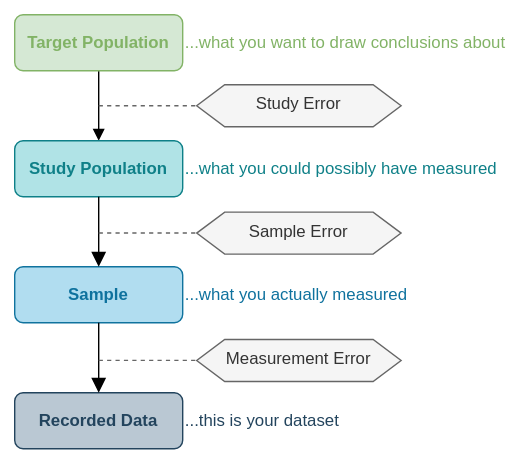
This is images/target-study-sample.svg from ntstevens/DATSC101, a draw.io export, as it was before one commit. Source tidied: cells renumbered, new cells last; positions are measured from the earlier drawing's top-left corner, leaving out a move shared by most shapes.
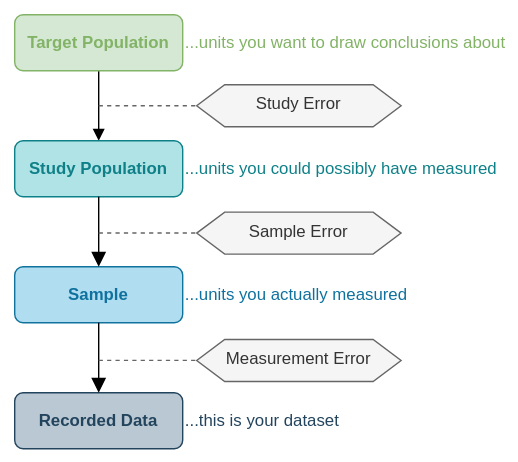
Above is the later version.

Change to the diagram source:
```diff
@@ -60,13 +60,13 @@
         <mxPoint x="140" y="256.9" as="targetPoint" />
       </mxGeometry>
     </mxCell>
-    <mxCell id="16" value="&lt;span style=&quot;color: light-dark(rgb(130, 179, 102), rgb(130, 179, 102));&quot;&gt;...what you want to draw conclusions about&lt;/span&gt;" style="text;html=1;whiteSpace=wrap;strokeColor=none;fillColor=none;align=left;verticalAlign=middle;rounded=0;fontFamily=Helvetica;fontSize=12;fontColor=light-dark(#82B366,#82B366);" parent="1" vertex="1">
+    <mxCell id="16" value="&lt;span style=&quot;color: light-dark(rgb(130, 179, 102), rgb(130, 179, 102));&quot;&gt;...units you want to draw conclusions about&lt;/span&gt;" style="text;html=1;whiteSpace=wrap;strokeColor=none;fillColor=none;align=left;verticalAlign=middle;rounded=0;fontFamily=Helvetica;fontSize=12;fontColor=light-dark(#82B366,#82B366);" parent="1" vertex="1">
       <mxGeometry x="130" y="15" width="240" height="30" as="geometry" />
     </mxCell>
-    <mxCell id="17" value="&lt;span style=&quot;color: light-dark(rgb(15, 128, 136), rgb(15, 128, 136));&quot;&gt;...what you could possibly have measured&lt;/span&gt;" style="text;html=1;whiteSpace=wrap;strokeColor=none;fillColor=none;align=left;verticalAlign=middle;rounded=0;fontFamily=Helvetica;fontSize=12;fontColor=default;" parent="1" vertex="1">
+    <mxCell id="17" value="&lt;span style=&quot;color: light-dark(rgb(15, 128, 136), rgb(15, 128, 136));&quot;&gt;...units you could possibly have measured&lt;/span&gt;" style="text;html=1;whiteSpace=wrap;strokeColor=none;fillColor=none;align=left;verticalAlign=middle;rounded=0;fontFamily=Helvetica;fontSize=12;fontColor=default;" parent="1" vertex="1">
       <mxGeometry x="130" y="105" width="240" height="30" as="geometry" />
     </mxCell>
-    <mxCell id="18" value="&lt;span style=&quot;color: light-dark(rgb(15, 114, 158), rgb(15, 114, 158));&quot;&gt;...what you actually measured&lt;/span&gt;" style="text;html=1;whiteSpace=wrap;strokeColor=none;fillColor=none;align=left;verticalAlign=middle;rounded=0;fontFamily=Helvetica;fontSize=12;fontColor=default;" parent="1" vertex="1">
+    <mxCell id="18" value="&lt;span style=&quot;color: light-dark(rgb(15, 114, 158), rgb(15, 114, 158));&quot;&gt;...units you actually measured&lt;/span&gt;" style="text;html=1;whiteSpace=wrap;strokeColor=none;fillColor=none;align=left;verticalAlign=middle;rounded=0;fontFamily=Helvetica;fontSize=12;fontColor=default;" parent="1" vertex="1">
       <mxGeometry x="130" y="195" width="240" height="30" as="geometry" />
     </mxCell>
     <mxCell id="19" value="...this is your dataset" style="text;html=1;whiteSpace=wrap;strokeColor=none;fillColor=none;align=left;verticalAlign=middle;rounded=0;fontFamily=Helvetica;fontSize=12;fontColor=light-dark(#23445D,#23445D);" parent="1" vertex="1">
```
